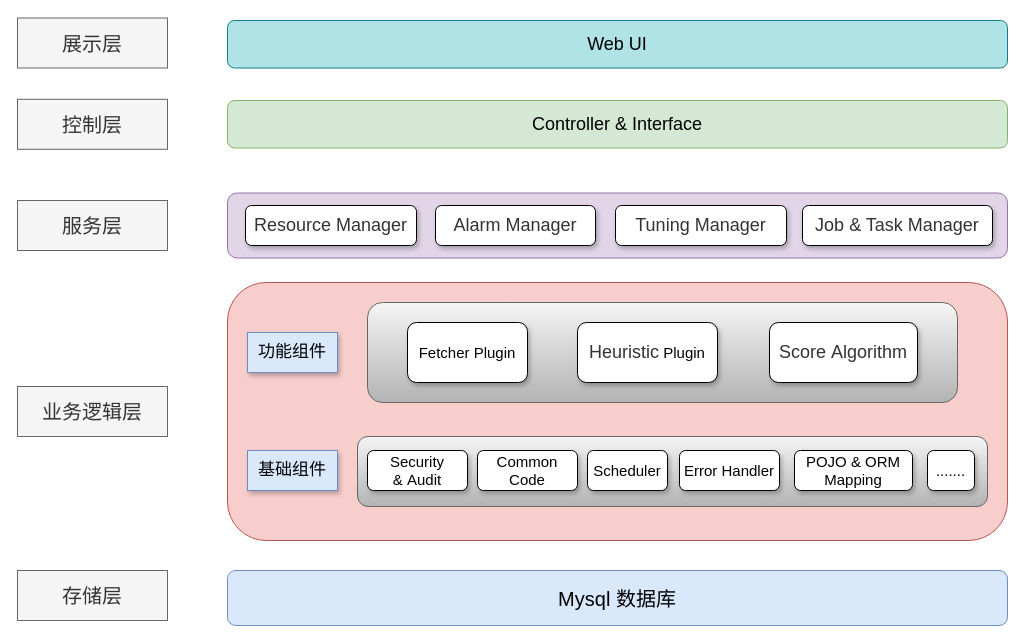
The draw.io diagram warship/Warship分层架构图.drawio in imperio-wxm/draw, before the edit. Source tidied: cells renumbered, new cells numbered last; positions are measured from the earlier drawing's top-left corner, leaving out a move shared by most shapes. Both pictures are drawn from the tidied source at 100%, with x=0, y=0 at pixel (17, 18).
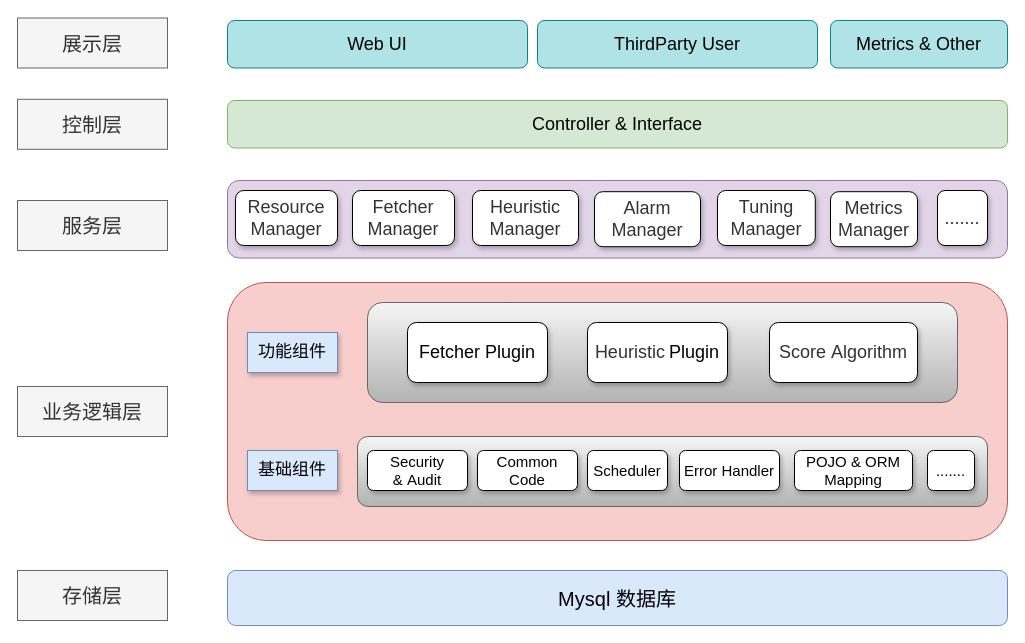
After the change.

Commit message (it also covers changes not shown here):
Update Warship分层架构图.drawio

What changed in the source:
```diff
@@
-    <mxCell id="19" value="&lt;span style=&quot;font-size: 15px&quot;&gt;Fetcher P&lt;/span&gt;&lt;span style=&quot;font-size: 15px&quot;&gt;lugin&lt;/span&gt;" style="rounded=1;whiteSpace=wrap;html=1;shadow=1;" parent="1" vertex="1">
-      <mxGeometry x="390" y="304" width="120" height="60" as="geometry" />
+    <mxCell id="19" value="&lt;font style=&quot;font-size: 18px&quot;&gt;Fetcher Plugin&lt;/font&gt;" style="rounded=1;whiteSpace=wrap;html=1;shadow=1;" parent="1" vertex="1">
+      <mxGeometry x="390" y="304" width="140" height="60" as="geometry" />
     </mxCell>
-    <mxCell id="20" value="&lt;span style=&quot;color: rgb(51 , 51 , 51) ; font-size: 18px&quot;&gt;Heuristic&lt;/span&gt;&lt;span style=&quot;font-size: 15px&quot;&gt;&amp;nbsp;P&lt;/span&gt;&lt;span style=&quot;font-size: 15px&quot;&gt;lugin&lt;/span&gt;" style="rounded=1;whiteSpace=wrap;html=1;shadow=1;" parent="1" vertex="1">
-      <mxGeometry x="560" y="304" width="140" height="60" as="geometry" />
+    <mxCell id="20" value="&lt;span style=&quot;color: rgb(51 , 51 , 51) ; font-size: 18px&quot;&gt;Heuristic&lt;/span&gt;&lt;span style=&quot;font-size: 15px&quot;&gt;&amp;nbsp;&lt;/span&gt;&lt;font style=&quot;font-size: 18px&quot;&gt;Plugin&lt;/font&gt;" style="rounded=1;whiteSpace=wrap;html=1;shadow=1;" parent="1" vertex="1">
+      <mxGeometry x="570" y="304" width="140" height="60" as="geometry" />
     </mxCell>
@@
     <mxCell id="22" style="rounded=1;whiteSpace=wrap;html=1;fillColor=#e1d5e7;strokeColor=#9673a6;" parent="1" vertex="1">
-      <mxGeometry x="210" y="174.5" width="780" height="65" as="geometry" />
+      <mxGeometry x="210" y="162" width="780" height="77.5" as="geometry" />
     </mxCell>
-    <mxCell id="23" value="&lt;span style=&quot;color: rgb(51 , 51 , 51) ; font-size: 18px&quot;&gt;Alarm Manager&lt;/span&gt;" style="rounded=1;whiteSpace=wrap;html=1;shadow=1;" parent="1" vertex="1">
-      <mxGeometry x="418" y="187" width="160" height="40" as="geometry" />
+    <mxCell id="23" value="&lt;span style=&quot;color: rgb(51 , 51 , 51) ; font-size: 18px&quot;&gt;Heuristic Manager&lt;/span&gt;" style="rounded=1;whiteSpace=wrap;html=1;shadow=1;" parent="1" vertex="1">
+      <mxGeometry x="455" y="172" width="106" height="55" as="geometry" />
     </mxCell>
     <mxCell id="24" value="&lt;span style=&quot;color: rgb(51 , 51 , 51) ; font-size: 18px&quot;&gt;Tuning Manager&lt;/span&gt;" style="rounded=1;whiteSpace=wrap;html=1;shadow=1;" parent="1" vertex="1">
-      <mxGeometry x="598" y="187" width="171" height="40" as="geometry" />
+      <mxGeometry x="700" y="172" width="97.8" height="55" as="geometry" />
     </mxCell>
-    <mxCell id="25" value="&lt;span style=&quot;color: rgb(51 , 51 , 51) ; font-size: 18px&quot;&gt;Resource Manager&lt;/span&gt;" style="rounded=1;whiteSpace=wrap;html=1;shadow=1;" parent="1" vertex="1">
-      <mxGeometry x="228" y="187" width="171" height="40" as="geometry" />
+    <mxCell id="25" value="&lt;span style=&quot;color: rgb(51 , 51 , 51) ; font-size: 18px&quot;&gt;Fetcher Manager&lt;/span&gt;" style="rounded=1;whiteSpace=wrap;html=1;shadow=1;" parent="1" vertex="1">
+      <mxGeometry x="335" y="172" width="102" height="55" as="geometry" />
     </mxCell>
@@
     <mxCell id="27" value="&lt;font style=&quot;font-size: 18px&quot;&gt;Web UI&lt;/font&gt;" style="rounded=1;whiteSpace=wrap;html=1;fillColor=#b0e3e6;strokeColor=#0e8088;" parent="1" vertex="1">
-      <mxGeometry x="210" y="2" width="780" height="47.5" as="geometry" />
+      <mxGeometry x="210" y="2" width="300" height="47.5" as="geometry" />
     </mxCell>
-    <mxCell id="28" value="&lt;span style=&quot;color: rgb(51 , 51 , 51) ; font-size: 18px&quot;&gt;Job &amp;amp; Task Manager&lt;/span&gt;" style="rounded=1;whiteSpace=wrap;html=1;shadow=1;" parent="1" vertex="1">
-      <mxGeometry x="785" y="187" width="190" height="40" as="geometry" />
-    </mxCell>
+    <mxCell id="29" value="&lt;span style=&quot;color: rgb(51 , 51 , 51) ; font-size: 18px&quot;&gt;Metrics Manager&lt;/span&gt;" style="rounded=1;whiteSpace=wrap;html=1;shadow=1;" parent="1" vertex="1">
+      <mxGeometry x="813" y="173.2" width="87" height="55" as="geometry" />
+    </mxCell>
+    <mxCell id="30" value="&lt;span style=&quot;color: rgb(51 , 51 , 51) ; font-size: 18px&quot;&gt;Resource Manager&lt;/span&gt;" style="rounded=1;whiteSpace=wrap;html=1;shadow=1;" parent="1" vertex="1">
+      <mxGeometry x="218" y="172" width="102" height="55" as="geometry" />
+    </mxCell>
+    <mxCell id="31" value="&lt;span style=&quot;color: rgb(51 , 51 , 51) ; font-size: 18px&quot;&gt;Alarm Manager&lt;/span&gt;" style="rounded=1;whiteSpace=wrap;html=1;shadow=1;" parent="1" vertex="1">
+      <mxGeometry x="577" y="173.2" width="106" height="55" as="geometry" />
+    </mxCell>
+    <mxCell id="32" value="&lt;font color=&quot;#333333&quot;&gt;&lt;span style=&quot;font-size: 18px&quot;&gt;.......&lt;/span&gt;&lt;/font&gt;" style="rounded=1;whiteSpace=wrap;html=1;shadow=1;" parent="1" vertex="1">
+      <mxGeometry x="920" y="172" width="50" height="55" as="geometry" />
+    </mxCell>
+    <mxCell id="33" value="&lt;font style=&quot;font-size: 18px&quot;&gt;ThirdParty User&lt;/font&gt;" style="rounded=1;whiteSpace=wrap;html=1;fillColor=#b0e3e6;strokeColor=#0e8088;" parent="1" vertex="1">
+      <mxGeometry x="520" y="2" width="280" height="47.5" as="geometry" />
+    </mxCell>
+    <mxCell id="34" value="&lt;font style=&quot;font-size: 18px&quot;&gt;Metrics &amp;amp; Other&lt;/font&gt;" style="rounded=1;whiteSpace=wrap;html=1;fillColor=#b0e3e6;strokeColor=#0e8088;" parent="1" vertex="1">
+      <mxGeometry x="813" y="2" width="177" height="47.5" as="geometry" />
+    </mxCell>
```
